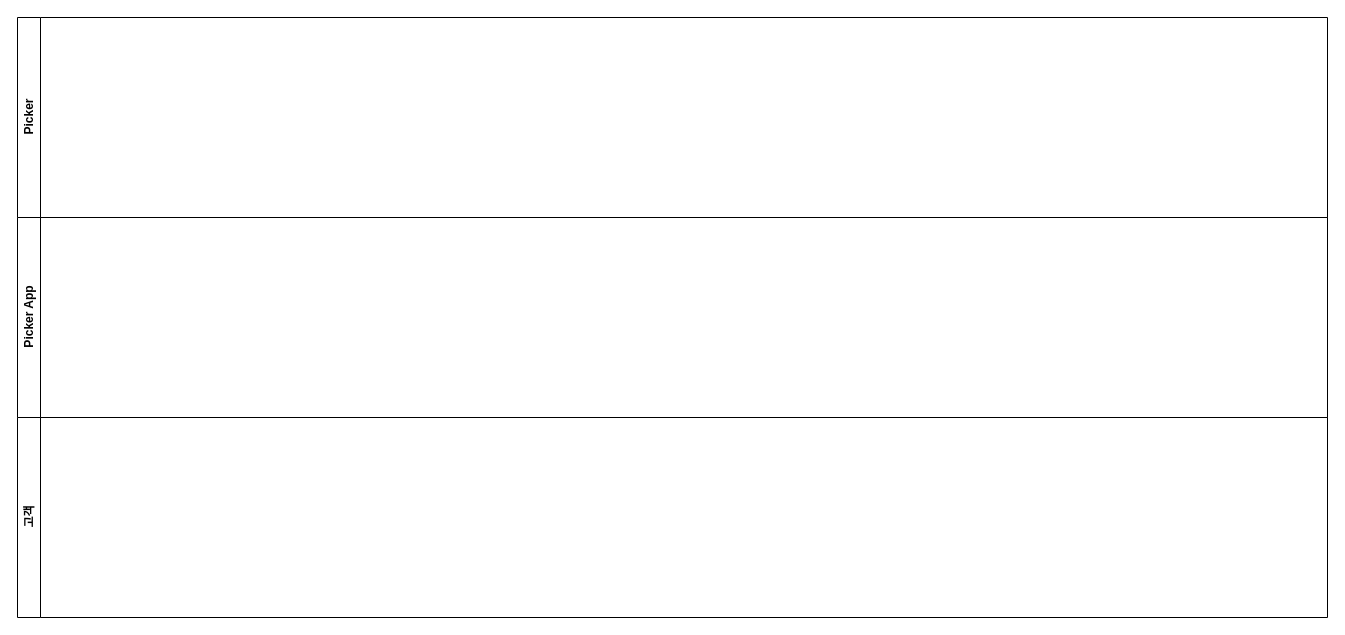
dbsrudrla/diagram keeps this draw.io diagram as 제목 없는 다이어그램.drawio. Above is the earlier version. Source tidied: cells renumbered, new cells numbered last; positions are measured from the earlier drawing's top-left corner, leaving out a move shared by most shapes. Both pictures are drawn from the tidied source at 100%, with x=0, y=0 at pixel (17, 17).
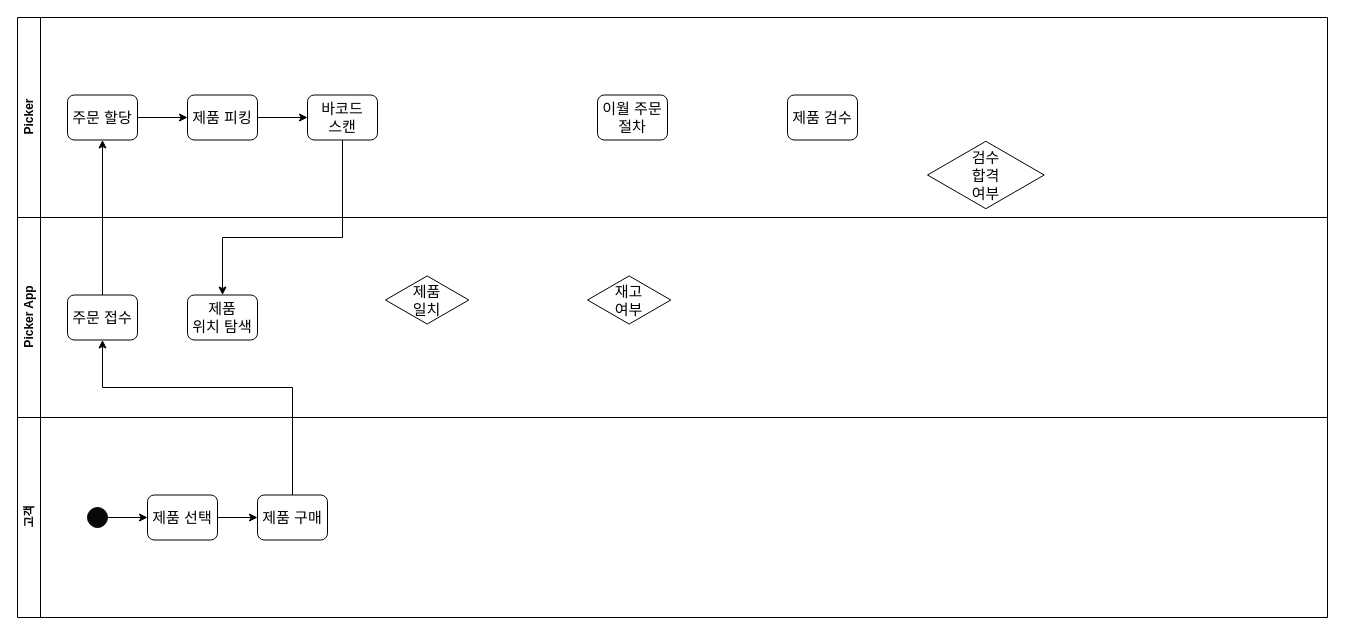
After the change.

Commit message (it also covers changes not shown here):
제목 없는 다이어그램.drawio 업데이트

The change refers to these unchanged cells:
```xml
<mxCell id="2" value="Picker" style="swimlane;horizontal=0;whiteSpace=wrap;html=1;" parent="1" vertex="1">
  <mxGeometry width="1310" height="200" as="geometry" />
</mxCell>
<mxCell id="3" value="Picker App" style="swimlane;horizontal=0;whiteSpace=wrap;html=1;" parent="1" vertex="1">
  <mxGeometry y="200" width="1310" height="200" as="geometry" />
</mxCell>
<mxCell id="4" value="고객" style="swimlane;horizontal=0;whiteSpace=wrap;html=1;" parent="1" vertex="1">
  <mxGeometry y="400" width="1310" height="200" as="geometry" />
</mxCell>
```

The edit, as a diff of the source:
```diff
@@
+    <mxCell id="5" style="edgeStyle=orthogonalEdgeStyle;rounded=0;jettySize=auto;html=1;exitX=1;exitY=0.5;exitDx=0;exitDy=0;entryX=0;entryY=0.5;entryDx=0;entryDy=0;" parent="2" edge="1" source="6" target="8">
+      <mxGeometry relative="1" as="geometry" />
+    </mxCell>
+    <mxCell id="6" value="&lt;font style=&quot;font-size: 15px;&quot;&gt;주문 할당&lt;/font&gt;" style="rounded=1;whiteSpace=wrap;html=1;" parent="2" vertex="1">
+      <mxGeometry x="50" y="77.5" width="70" height="45" as="geometry" />
+    </mxCell>
+    <mxCell id="7" style="edgeStyle=orthogonalEdgeStyle;rounded=0;jettySize=auto;html=1;exitX=1;exitY=0.5;exitDx=0;exitDy=0;entryX=0;entryY=0.5;entryDx=0;entryDy=0;" parent="2" edge="1" source="8" target="9">
+      <mxGeometry relative="1" as="geometry" />
+    </mxCell>
+    <mxCell id="8" value="&lt;font style=&quot;font-size: 15px;&quot;&gt;제품 피킹&lt;/font&gt;" style="rounded=1;whiteSpace=wrap;html=1;" parent="2" vertex="1">
+      <mxGeometry x="170" y="77.5" width="70" height="45" as="geometry" />
+    </mxCell>
+    <mxCell id="9" value="&lt;font style=&quot;font-size: 15px;&quot;&gt;바코드 &lt;br&gt;스캔&lt;/font&gt;" style="rounded=1;whiteSpace=wrap;html=1;" parent="2" vertex="1">
+      <mxGeometry x="290" y="77.5" width="70" height="45" as="geometry" />
+    </mxCell>
+    <mxCell id="10" value="이월 주문&lt;br style=&quot;font-size: 15px;&quot;&gt;절차" style="rounded=1;whiteSpace=wrap;html=1;fontSize=15;" parent="2" vertex="1">
+      <mxGeometry x="580" y="77.5" width="70" height="45" as="geometry" />
+    </mxCell>
+    <mxCell id="11" value="제품 검수" style="rounded=1;whiteSpace=wrap;html=1;fontSize=15;" parent="2" vertex="1">
+      <mxGeometry x="770" y="77.5" width="70" height="45" as="geometry" />
+    </mxCell>
+    <mxCell id="12" value="검수&lt;br&gt;합격&lt;br&gt;여부" style="html=1;whiteSpace=wrap;shape=isoRectangle;fontSize=15;" parent="2" vertex="1">
+      <mxGeometry x="910" y="122.5" width="116.7" height="70" as="geometry" />
+    </mxCell>
@@
+    <mxCell id="13" value="&lt;font style=&quot;font-size: 15px;&quot;&gt;주문 접수&lt;/font&gt;" style="rounded=1;whiteSpace=wrap;html=1;" parent="3" vertex="1">
+      <mxGeometry x="50" y="77.5" width="70" height="45" as="geometry" />
+    </mxCell>
+    <mxCell id="14" value="&lt;font style=&quot;font-size: 15px;&quot;&gt;제품 &lt;br&gt;위치 탐색&lt;/font&gt;" style="rounded=1;whiteSpace=wrap;html=1;" parent="3" vertex="1">
+      <mxGeometry x="170" y="77.5" width="70" height="45" as="geometry" />
+    </mxCell>
+    <mxCell id="15" value="제품&lt;br style=&quot;font-size: 15px;&quot;&gt;일치" style="html=1;whiteSpace=wrap;shape=isoRectangle;fontSize=15;" parent="3" vertex="1">
+      <mxGeometry x="368" y="57.5" width="83.3" height="50" as="geometry" />
+    </mxCell>
+    <mxCell id="16" value="재고&lt;br style=&quot;font-size: 15px;&quot;&gt;여부" style="html=1;whiteSpace=wrap;shape=isoRectangle;fontSize=15;" parent="3" vertex="1">
+      <mxGeometry x="570" y="57.5" width="83.3" height="50" as="geometry" />
+    </mxCell>
@@
+    <mxCell id="17" style="edgeStyle=orthogonalEdgeStyle;rounded=0;jettySize=auto;html=1;exitX=1;exitY=0.5;exitDx=0;exitDy=0;entryX=0;entryY=0.5;entryDx=0;entryDy=0;" parent="4" edge="1" source="18" target="20">
+      <mxGeometry relative="1" as="geometry" />
+    </mxCell>
+    <mxCell id="18" style="ellipse;whiteSpace=wrap;html=1;fillColor=#080808;" parent="4" vertex="1">
+      <mxGeometry x="70" y="90" width="20" height="20" as="geometry" />
+    </mxCell>
+    <mxCell id="19" style="edgeStyle=orthogonalEdgeStyle;rounded=0;jettySize=auto;html=1;exitX=1;exitY=0.5;exitDx=0;exitDy=0;entryX=0;entryY=0.5;entryDx=0;entryDy=0;" parent="4" edge="1" source="20" target="21">
+      <mxGeometry relative="1" as="geometry" />
+    </mxCell>
+    <mxCell id="20" value="&lt;font style=&quot;font-size: 15px;&quot;&gt;제품 선택&lt;/font&gt;" style="rounded=1;whiteSpace=wrap;html=1;" parent="4" vertex="1">
+      <mxGeometry x="130" y="77.5" width="70" height="45" as="geometry" />
+    </mxCell>
+    <mxCell id="21" value="&lt;font style=&quot;font-size: 15px;&quot;&gt;제품 구매&lt;/font&gt;" style="rounded=1;whiteSpace=wrap;html=1;" parent="4" vertex="1">
+      <mxGeometry x="240" y="77.5" width="70" height="45" as="geometry" />
+    </mxCell>
+    <mxCell id="22" style="edgeStyle=orthogonalEdgeStyle;rounded=0;jettySize=auto;html=1;exitX=0.5;exitY=0;exitDx=0;exitDy=0;entryX=0.5;entryY=1;entryDx=0;entryDy=0;" parent="1" edge="1" source="21" target="13">
+      <mxGeometry relative="1" as="geometry">
+        <Array as="points">
+          <mxPoint x="275" y="370" />
+          <mxPoint x="85" y="370" />
+        </Array>
+      </mxGeometry>
+    </mxCell>
+    <mxCell id="23" style="edgeStyle=orthogonalEdgeStyle;rounded=0;jettySize=auto;html=1;exitX=0.5;exitY=0;exitDx=0;exitDy=0;entryX=0.5;entryY=1;entryDx=0;entryDy=0;" parent="1" edge="1" source="13" target="6">
+      <mxGeometry relative="1" as="geometry" />
+    </mxCell>
+    <mxCell id="24" style="edgeStyle=orthogonalEdgeStyle;rounded=0;jettySize=auto;html=1;exitX=0.5;exitY=1;exitDx=0;exitDy=0;entryX=0.5;entryY=0;entryDx=0;entryDy=0;" parent="1" edge="1" source="9" target="14">
+      <mxGeometry relative="1" as="geometry">
+        <Array as="points">
+          <mxPoint x="325" y="220" />
+          <mxPoint x="205" y="220" />
+        </Array>
+      </mxGeometry>
+    </mxCell>
```
